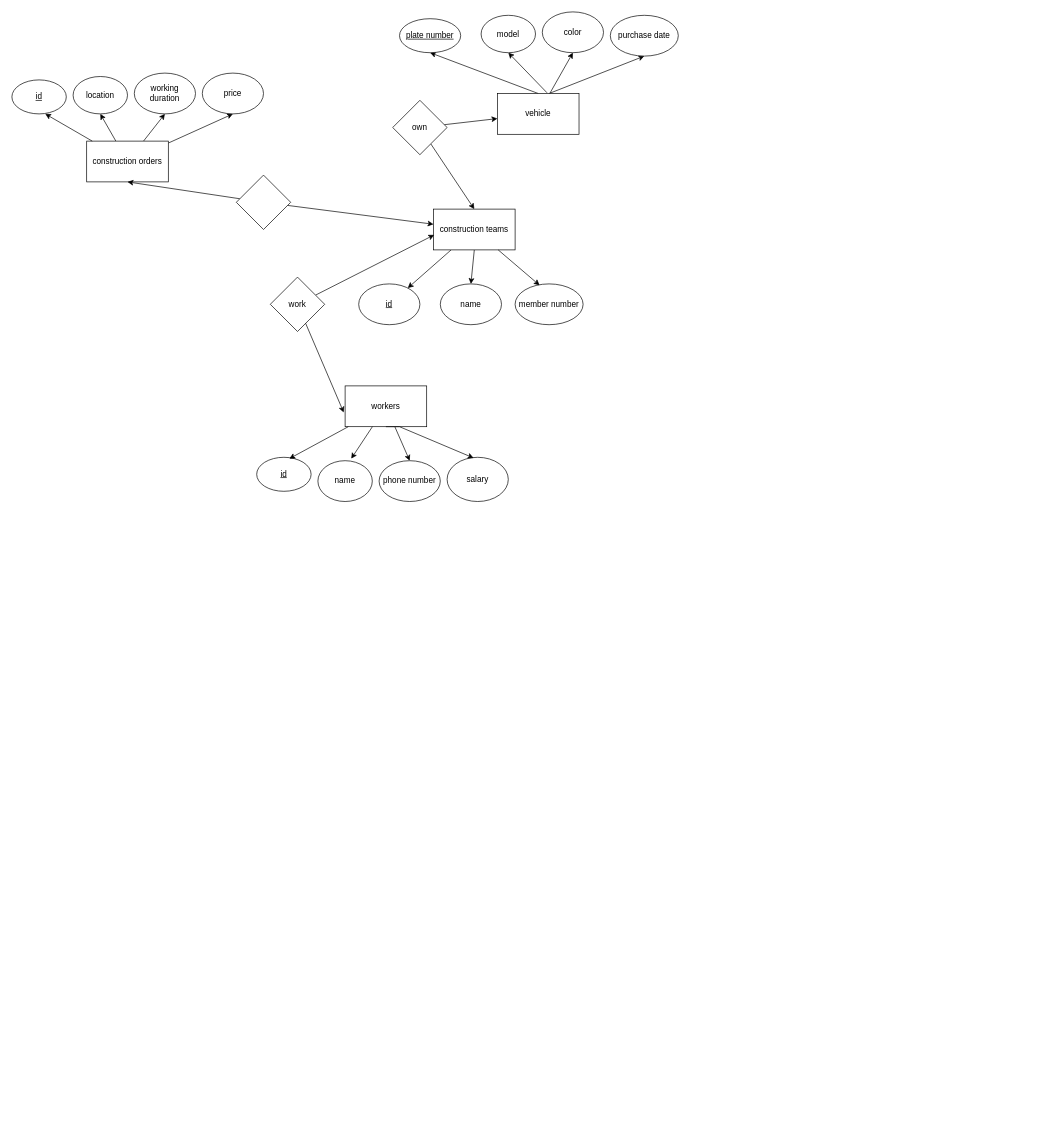
The draw.io diagram ER diagram&Relational Model.drawio in AudreyYZY/COMP9311, before the edit. Source tidied: cells renumbered, new cells numbered last; positions are measured from the earlier drawing's top-left corner, leaving out a move shared by most shapes. Both pictures are drawn from the tidied source at 68%, with x=0, y=0 at pixel (12, 12).
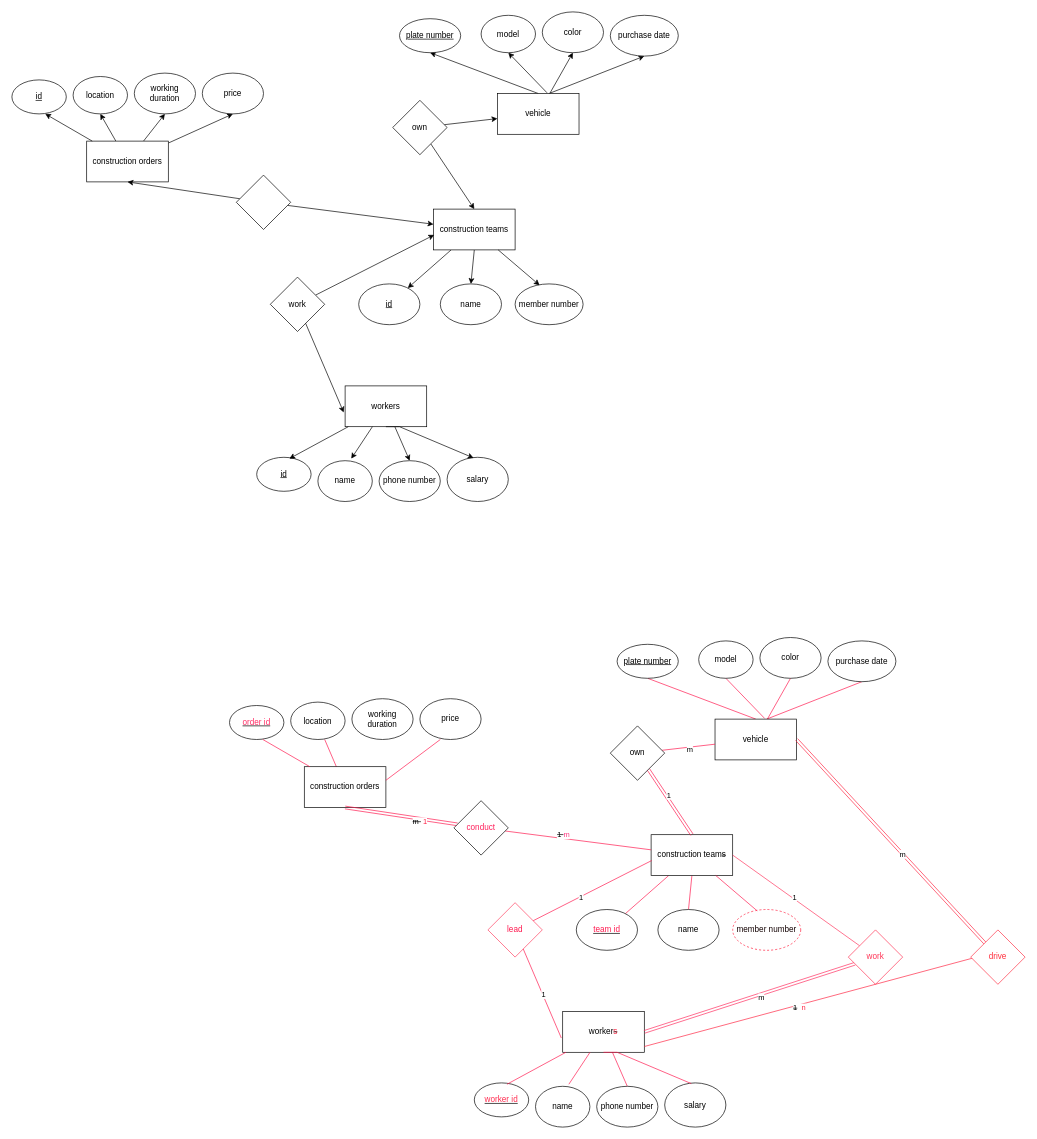
Above is the later version.

What changed in the source:
```diff
@@
+    <mxCell id="45" style="rounded=0;jettySize=auto;html=1;entryX=0.5;entryY=1;entryDx=0;entryDy=0;curved=0;strokeColor=none;" parent="1" edge="1" source="47" target="79">
+      <mxGeometry relative="1" as="geometry" />
+    </mxCell>
+    <mxCell id="46" style="rounded=0;jettySize=auto;html=1;endArrow=none;endFill=0;strokeColor=#FF174D;" parent="1" edge="1" source="47">
+      <mxGeometry relative="1" as="geometry">
+        <mxPoint x="460" y="1070" as="targetPoint" />
+      </mxGeometry>
+    </mxCell>
+    <mxCell id="47" value="construction orders" style="rounded=0;whiteSpace=wrap;html=1;" parent="1" vertex="1">
+      <mxGeometry x="430" y="1110" width="120" height="60" as="geometry" />
+    </mxCell>
+    <mxCell id="48" style="rounded=0;jettySize=auto;html=1;endArrow=none;endFill=0;strokeColor=#FF174D;" parent="1" edge="1" source="50" target="51">
+      <mxGeometry relative="1" as="geometry" />
+    </mxCell>
+    <mxCell id="49" style="rounded=0;jettySize=auto;html=1;exitX=0.5;exitY=1;exitDx=0;exitDy=0;entryX=0.5;entryY=0;entryDx=0;entryDy=0;endArrow=none;endFill=0;strokeColor=#FF174D;" parent="1" edge="1" source="50" target="52">
+      <mxGeometry relative="1" as="geometry" />
+    </mxCell>
+    <mxCell id="50" value="construction team&lt;strike&gt;s&lt;/strike&gt;" style="whiteSpace=wrap;html=1;" parent="1" vertex="1">
+      <mxGeometry x="940" y="1210" width="120" height="60" as="geometry" />
+    </mxCell>
+    <mxCell id="51" value="&lt;u&gt;&lt;font color=&quot;#ff1c51&quot;&gt;team id&lt;/font&gt;&lt;/u&gt;" style="ellipse;whiteSpace=wrap;html=1;" parent="1" vertex="1">
+      <mxGeometry x="830" y="1320" width="90" height="60" as="geometry" />
+    </mxCell>
+    <mxCell id="52" value="name" style="ellipse;whiteSpace=wrap;html=1;" parent="1" vertex="1">
+      <mxGeometry x="950" y="1320" width="90" height="60" as="geometry" />
+    </mxCell>
+    <mxCell id="53" value="&lt;font color=&quot;#140304&quot;&gt;member number&lt;/font&gt;" style="ellipse;whiteSpace=wrap;html=1;points=[[0,0,0,0,0],[0,0.5,0,0,0],[0,1,0,0,0],[0.5,0,0,0,0],[0.5,1,0,0,0],[1,0,0,0,0],[1,0.5,0,0,0],[1,1,0,0,0]];dashed=1;strokeColor=#FF1938;" parent="1" vertex="1">
+      <mxGeometry x="1060" y="1320" width="100" height="60" as="geometry" />
+    </mxCell>
+    <mxCell id="54" style="rounded=0;jettySize=auto;html=1;entryX=0.36;entryY=0.033;entryDx=0;entryDy=0;entryPerimeter=0;endArrow=none;endFill=0;strokeColor=#FF174D;" parent="1" edge="1" source="50" target="53">
+      <mxGeometry relative="1" as="geometry" />
+    </mxCell>
+    <mxCell id="55" style="rounded=0;jettySize=auto;html=1;entryX=0.5;entryY=0;entryDx=0;entryDy=0;endArrow=none;endFill=0;strokeColor=#FF174D;" parent="1" edge="1" source="56" target="64">
+      <mxGeometry relative="1" as="geometry" />
+    </mxCell>
+    <mxCell id="56" value="worker&lt;strike&gt;&lt;font color=&quot;#ff213f&quot;&gt;s&lt;/font&gt;&lt;/strike&gt;" style="rounded=0;whiteSpace=wrap;html=1;" parent="1" vertex="1">
+      <mxGeometry x="810" y="1470" width="120" height="60" as="geometry" />
+    </mxCell>
+    <mxCell id="57" style="rounded=0;jettySize=auto;html=1;entryX=0.008;entryY=0.633;entryDx=0;entryDy=0;entryPerimeter=0;endArrow=none;endFill=0;strokeColor=#FF174D;" parent="1" edge="1" source="59" target="50">
+      <mxGeometry relative="1" as="geometry" />
+    </mxCell>
+    <mxCell id="58" value="1" style="edgeLabel;html=1;align=center;verticalAlign=middle;" parent="57" vertex="1">
+      <mxGeometry x="-0.2" relative="1" as="geometry" />
+    </mxCell>
+    <mxCell id="59" value="&lt;font color=&quot;#ff194f&quot;&gt;lead&lt;/font&gt;" style="rhombus;whiteSpace=wrap;html=1;strokeColor=#FF4060;" parent="1" vertex="1">
+      <mxGeometry x="700" y="1310" width="80" height="80" as="geometry" />
+    </mxCell>
+    <mxCell id="60" style="rounded=0;jettySize=auto;html=1;entryX=-0.017;entryY=0.65;entryDx=0;entryDy=0;entryPerimeter=0;endArrow=none;endFill=0;strokeColor=#FF174D;" parent="1" edge="1" source="59" target="56">
+      <mxGeometry relative="1" as="geometry" />
+    </mxCell>
+    <mxCell id="61" value="1" style="edgeLabel;html=1;align=center;verticalAlign=middle;" parent="60" vertex="1">
+      <mxGeometry x="0.02" y="1" relative="1" as="geometry" />
+    </mxCell>
+    <mxCell id="62" value="&lt;u&gt;&lt;font color=&quot;#ff2e51&quot;&gt;worker id&lt;/font&gt;&lt;/u&gt;" style="ellipse;whiteSpace=wrap;html=1;" parent="1" vertex="1">
+      <mxGeometry x="680" y="1575" width="80" height="50" as="geometry" />
+    </mxCell>
+    <mxCell id="63" value="name" style="ellipse;whiteSpace=wrap;html=1;" parent="1" vertex="1">
+      <mxGeometry x="770" y="1580" width="80" height="60" as="geometry" />
+    </mxCell>
+    <mxCell id="64" value="phone number" style="ellipse;whiteSpace=wrap;html=1;" parent="1" vertex="1">
+      <mxGeometry x="860" y="1580" width="90" height="60" as="geometry" />
+    </mxCell>
+    <mxCell id="65" value="salary" style="ellipse;whiteSpace=wrap;html=1;" parent="1" vertex="1">
+      <mxGeometry x="960" y="1575" width="90" height="65" as="geometry" />
+    </mxCell>
+    <mxCell id="66" style="rounded=0;jettySize=auto;html=1;entryX=0.6;entryY=0.04;entryDx=0;entryDy=0;entryPerimeter=0;endArrow=none;endFill=0;strokeColor=#FF174D;" parent="1" edge="1" source="56" target="62">
+      <mxGeometry relative="1" as="geometry" />
+    </mxCell>
+    <mxCell id="67" style="rounded=0;jettySize=auto;html=1;entryX=0.613;entryY=-0.05;entryDx=0;entryDy=0;entryPerimeter=0;endArrow=none;endFill=0;strokeColor=#FF174D;" parent="1" edge="1" source="56" target="63">
+      <mxGeometry relative="1" as="geometry" />
+    </mxCell>
+    <mxCell id="68" style="rounded=0;jettySize=auto;html=1;exitX=0.5;exitY=1;exitDx=0;exitDy=0;entryX=0.433;entryY=0.015;entryDx=0;entryDy=0;entryPerimeter=0;endArrow=none;endFill=0;strokeColor=#FF174D;" parent="1" edge="1" source="56" target="65">
+      <mxGeometry relative="1" as="geometry">
+        <Array as="points">
+          <mxPoint x="890" y="1530" />
+        </Array>
+      </mxGeometry>
+    </mxCell>
+    <mxCell id="69" style="rounded=0;jettySize=auto;html=1;exitX=0.5;exitY=0;exitDx=0;exitDy=0;entryX=0.5;entryY=1;entryDx=0;entryDy=0;endArrow=none;endFill=0;strokeColor=#FF174D;" parent="1" edge="1" source="73" target="74">
+      <mxGeometry relative="1" as="geometry" />
+    </mxCell>
+    <mxCell id="70" style="rounded=0;jettySize=auto;html=1;entryX=0.5;entryY=1;entryDx=0;entryDy=0;exitX=0.608;exitY=-0.017;exitDx=0;exitDy=0;exitPerimeter=0;endArrow=none;endFill=0;strokeColor=#FF174D;" parent="1" edge="1" source="73" target="75">
+      <mxGeometry relative="1" as="geometry" />
+    </mxCell>
+    <mxCell id="71" style="rounded=0;jettySize=auto;html=1;entryX=0.5;entryY=1;entryDx=0;entryDy=0;endArrow=none;endFill=0;strokeColor=#FF174D;" parent="1" edge="1" source="73" target="76">
+      <mxGeometry relative="1" as="geometry" />
+    </mxCell>
+    <mxCell id="72" style="rounded=0;jettySize=auto;html=1;entryX=0.5;entryY=1;entryDx=0;entryDy=0;endArrow=none;endFill=0;strokeColor=#FF174D;" parent="1" edge="1" source="73" target="77">
+      <mxGeometry relative="1" as="geometry">
+        <Array as="points">
+          <mxPoint x="1110" y="1040" />
+        </Array>
+      </mxGeometry>
+    </mxCell>
+    <mxCell id="73" value="vehicle" style="rounded=0;whiteSpace=wrap;html=1;" parent="1" vertex="1">
+      <mxGeometry x="1034" y="1040" width="120" height="60" as="geometry" />
+    </mxCell>
+    <mxCell id="74" value="&lt;u&gt;plate number&lt;/u&gt;" style="ellipse;whiteSpace=wrap;html=1;" parent="1" vertex="1">
+      <mxGeometry x="890" y="930" width="90" height="50" as="geometry" />
+    </mxCell>
+    <mxCell id="75" value="model" style="ellipse;whiteSpace=wrap;html=1;" parent="1" vertex="1">
+      <mxGeometry x="1010" y="925" width="80" height="55" as="geometry" />
+    </mxCell>
+    <mxCell id="76" value="color" style="ellipse;whiteSpace=wrap;html=1;" parent="1" vertex="1">
+      <mxGeometry x="1100" y="920" width="90" height="60" as="geometry" />
+    </mxCell>
+    <mxCell id="77" value="purchase date" style="ellipse;whiteSpace=wrap;html=1;" parent="1" vertex="1">
+      <mxGeometry x="1200" y="925" width="100" height="60" as="geometry" />
+    </mxCell>
+    <mxCell id="78" value="&lt;u&gt;&lt;font color=&quot;#ff2e66&quot;&gt;order id&lt;/font&gt;&lt;/u&gt;" style="ellipse;whiteSpace=wrap;html=1;" parent="1" vertex="1">
+      <mxGeometry x="320" y="1020" width="80" height="50" as="geometry" />
+    </mxCell>
+    <mxCell id="79" value="location" style="ellipse;whiteSpace=wrap;html=1;" parent="1" vertex="1">
+      <mxGeometry x="410" y="1015" width="80" height="55" as="geometry" />
+    </mxCell>
+    <mxCell id="80" value="working duration" style="ellipse;whiteSpace=wrap;html=1;" parent="1" vertex="1">
+      <mxGeometry x="500" y="1010" width="90" height="60" as="geometry" />
+    </mxCell>
+    <mxCell id="81" value="price" style="ellipse;whiteSpace=wrap;html=1;" parent="1" vertex="1">
+      <mxGeometry x="600" y="1010" width="90" height="60" as="geometry" />
+    </mxCell>
+    <mxCell id="82" style="rounded=0;jettySize=auto;html=1;entryX=0.613;entryY=1;entryDx=0;entryDy=0;entryPerimeter=0;endArrow=none;endFill=0;strokeColor=#FF174D;" parent="1" edge="1" source="47" target="78">
+      <mxGeometry relative="1" as="geometry" />
+    </mxCell>
+    <mxCell id="83" style="rounded=0;jettySize=auto;html=1;endArrow=none;endFill=0;strokeColor=#FF174D;" parent="1" edge="1" source="87" target="73">
+      <mxGeometry relative="1" as="geometry" />
+    </mxCell>
+    <mxCell id="84" value="m" style="edgeLabel;html=1;align=center;verticalAlign=middle;" parent="83" vertex="1">
+      <mxGeometry x="0.06" y="-3" relative="1" as="geometry">
+        <mxPoint x="-1" as="offset" />
+      </mxGeometry>
+    </mxCell>
+    <mxCell id="85" style="rounded=0;jettySize=auto;html=1;entryX=0.5;entryY=0;entryDx=0;entryDy=0;endArrow=none;endFill=0;strokeColor=#FF174D;shape=link;" parent="1" edge="1" source="87" target="50">
+      <mxGeometry relative="1" as="geometry" />
+    </mxCell>
+    <mxCell id="86" value="1" style="edgeLabel;html=1;align=center;verticalAlign=middle;" parent="85" vertex="1">
+      <mxGeometry x="-0.17" y="4" relative="1" as="geometry" />
+    </mxCell>
+    <mxCell id="87" value="own" style="rhombus;whiteSpace=wrap;html=1;" parent="1" vertex="1">
+      <mxGeometry x="880" y="1050" width="80" height="80" as="geometry" />
+    </mxCell>
+    <mxCell id="88" style="rounded=0;jettySize=auto;html=1;entryX=0.5;entryY=1;entryDx=0;entryDy=0;endArrow=none;endFill=0;strokeColor=#FF174D;shape=link;" parent="1" edge="1" source="92" target="47">
+      <mxGeometry relative="1" as="geometry" />
+    </mxCell>
+    <mxCell id="89" value="&lt;strike&gt;m&amp;nbsp;&lt;/strike&gt;&amp;nbsp;&lt;font style=&quot;&quot; color=&quot;#ff2146&quot;&gt;1&lt;/font&gt;" style="edgeLabel;html=1;align=center;verticalAlign=middle;" parent="88" vertex="1">
+      <mxGeometry x="-0.16" y="2" relative="1" as="geometry">
+        <mxPoint x="14" y="4" as="offset" />
+      </mxGeometry>
+    </mxCell>
+    <mxCell id="90" style="rounded=0;jettySize=auto;html=1;endArrow=none;endFill=0;strokeColor=#FF174D;" parent="1" edge="1" source="92" target="50">
+      <mxGeometry relative="1" as="geometry" />
+    </mxCell>
+    <mxCell id="91" value="&lt;strike&gt;1 &lt;/strike&gt;&lt;font style=&quot;&quot; color=&quot;#ff3881&quot;&gt;m&lt;/font&gt;" style="edgeLabel;html=1;align=center;verticalAlign=middle;" parent="90" vertex="1">
+      <mxGeometry x="0.03" y="-1" relative="1" as="geometry">
+        <mxPoint x="-25" y="-10" as="offset" />
+      </mxGeometry>
+    </mxCell>
+    <mxCell id="92" value="&lt;font color=&quot;#ff215c&quot;&gt;conduct&lt;/font&gt;" style="rhombus;whiteSpace=wrap;html=1;" parent="1" vertex="1">
+      <mxGeometry x="650" y="1160" width="80" height="80" as="geometry" />
+    </mxCell>
+    <mxCell id="93" style="endArrow=none;html=1;rounded=0;strokeColor=#FF174D;" parent="1" edge="1">
+      <mxGeometry relative="1" as="geometry">
+        <mxPoint x="550" y="1130" as="sourcePoint" />
+        <mxPoint x="630" y="1070" as="targetPoint" />
+      </mxGeometry>
+    </mxCell>
+    <mxCell id="94" style="rounded=0;jettySize=auto;html=1;entryX=1;entryY=0.5;entryDx=0;entryDy=0;endArrow=none;endFill=0;shape=link;strokeColor=#FF2B5D;" parent="1" edge="1" source="98" target="56">
+      <mxGeometry relative="1" as="geometry" />
+    </mxCell>
+    <mxCell id="95" value="m" style="edgeLabel;html=1;align=center;verticalAlign=middle;" parent="94" vertex="1">
+      <mxGeometry x="-0.1" y="5" relative="1" as="geometry" />
+    </mxCell>
+    <mxCell id="96" style="rounded=0;jettySize=auto;html=1;entryX=1;entryY=0.5;entryDx=0;entryDy=0;endArrow=none;endFill=0;strokeColor=#FF365E;" parent="1" edge="1" source="98" target="50">
+      <mxGeometry relative="1" as="geometry" />
+    </mxCell>
+    <mxCell id="97" value="1" style="edgeLabel;html=1;align=center;verticalAlign=middle;" parent="96" vertex="1">
+      <mxGeometry x="0.05" y="-2" relative="1" as="geometry" />
+    </mxCell>
+    <mxCell id="98" value="&lt;font color=&quot;#ff3657&quot;&gt;work&lt;/font&gt;" style="rhombus;whiteSpace=wrap;html=1;strokeColor=#FF3355;" parent="1" vertex="1">
+      <mxGeometry x="1230" y="1350" width="80" height="80" as="geometry" />
+    </mxCell>
+    <mxCell id="99" style="rounded=0;orthogonalLoop=1;jettySize=auto;html=1;entryX=1;entryY=1;entryDx=0;entryDy=0;strokeColor=#FF2441;endArrow=none;endFill=0;" parent="1" edge="1">
+      <mxGeometry relative="1" as="geometry">
+        <mxPoint x="1418.5" y="1390" as="sourcePoint" />
+        <mxPoint x="930" y="1521.5" as="targetPoint" />
+      </mxGeometry>
+    </mxCell>
+    <mxCell id="100" value="&lt;strike&gt;1&lt;/strike&gt;&amp;nbsp; &lt;font color=&quot;#ff2945&quot;&gt;n&lt;/font&gt;" style="edgeLabel;html=1;align=center;verticalAlign=middle;" parent="99" vertex="1">
+      <mxGeometry x="0.07" y="4" relative="1" as="geometry" />
+    </mxCell>
+    <mxCell id="101" style="rounded=0;jettySize=auto;html=1;entryX=1;entryY=0.5;entryDx=0;entryDy=0;strokeColor=#FF2441;endArrow=none;endFill=0;shape=link;" parent="1" edge="1" source="103" target="73">
+      <mxGeometry relative="1" as="geometry" />
+    </mxCell>
+    <mxCell id="102" value="m" style="edgeLabel;html=1;align=center;verticalAlign=middle;" parent="101" vertex="1">
+      <mxGeometry x="-0.13" y="1" relative="1" as="geometry">
+        <mxPoint y="-1" as="offset" />
+      </mxGeometry>
+    </mxCell>
+    <mxCell id="103" value="&lt;font color=&quot;#ff2e3c&quot;&gt;drive&lt;/font&gt;" style="rhombus;whiteSpace=wrap;html=1;strokeColor=#FF3045;" parent="1" vertex="1">
+      <mxGeometry x="1410" y="1350" width="80" height="80" as="geometry" />
+    </mxCell>
```
